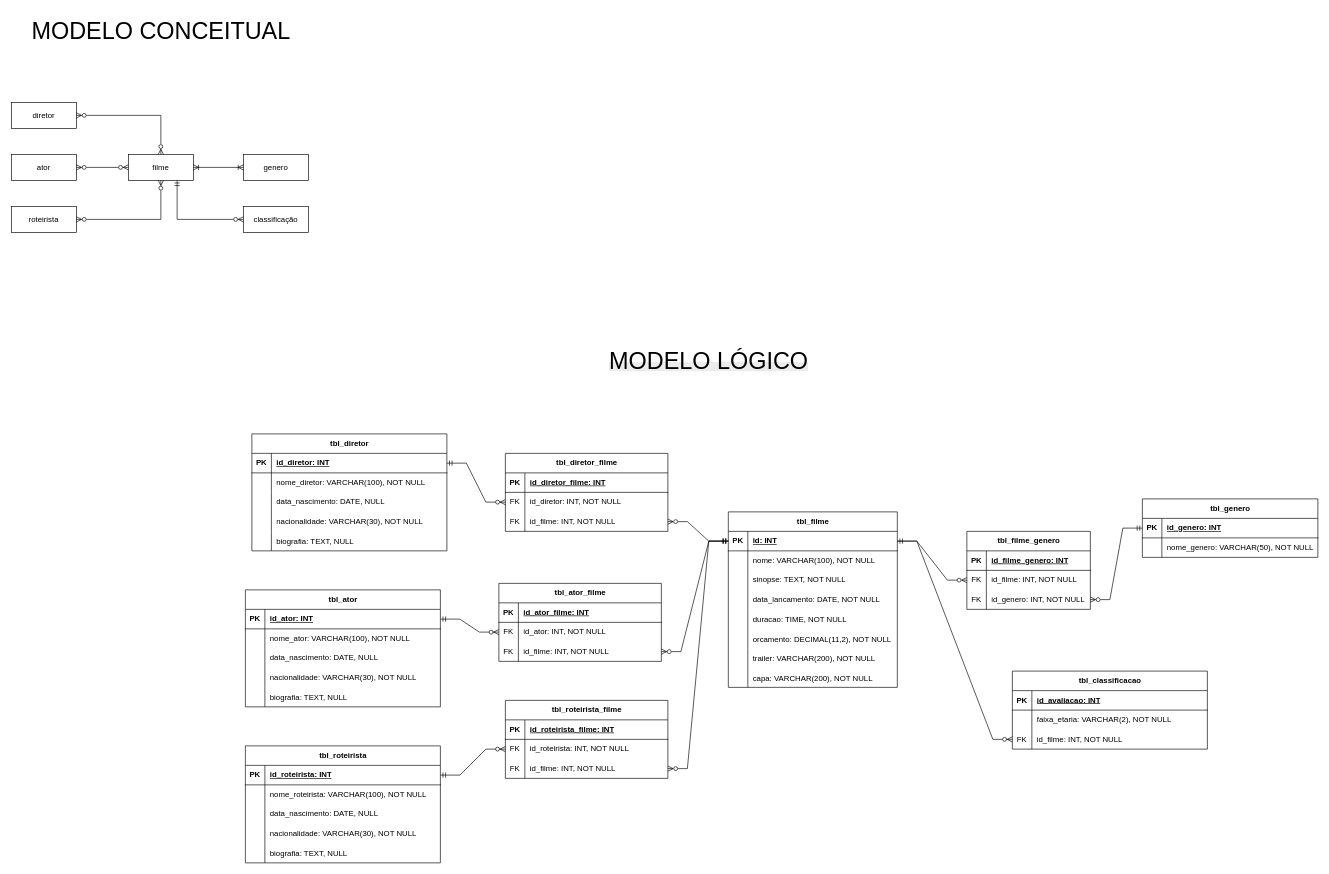
Above: database/modelagem-db-locadora.drawio in marcelo23vds/api-locadora (draw.io), before the change. Source tidied: cells renumbered, new cells numbered last; positions are measured from the earlier drawing's top-left corner, leaving out a move shared by most shapes. Both pictures are drawn from the tidied source at 65%, with x=0, y=0 at pixel (11, 11).
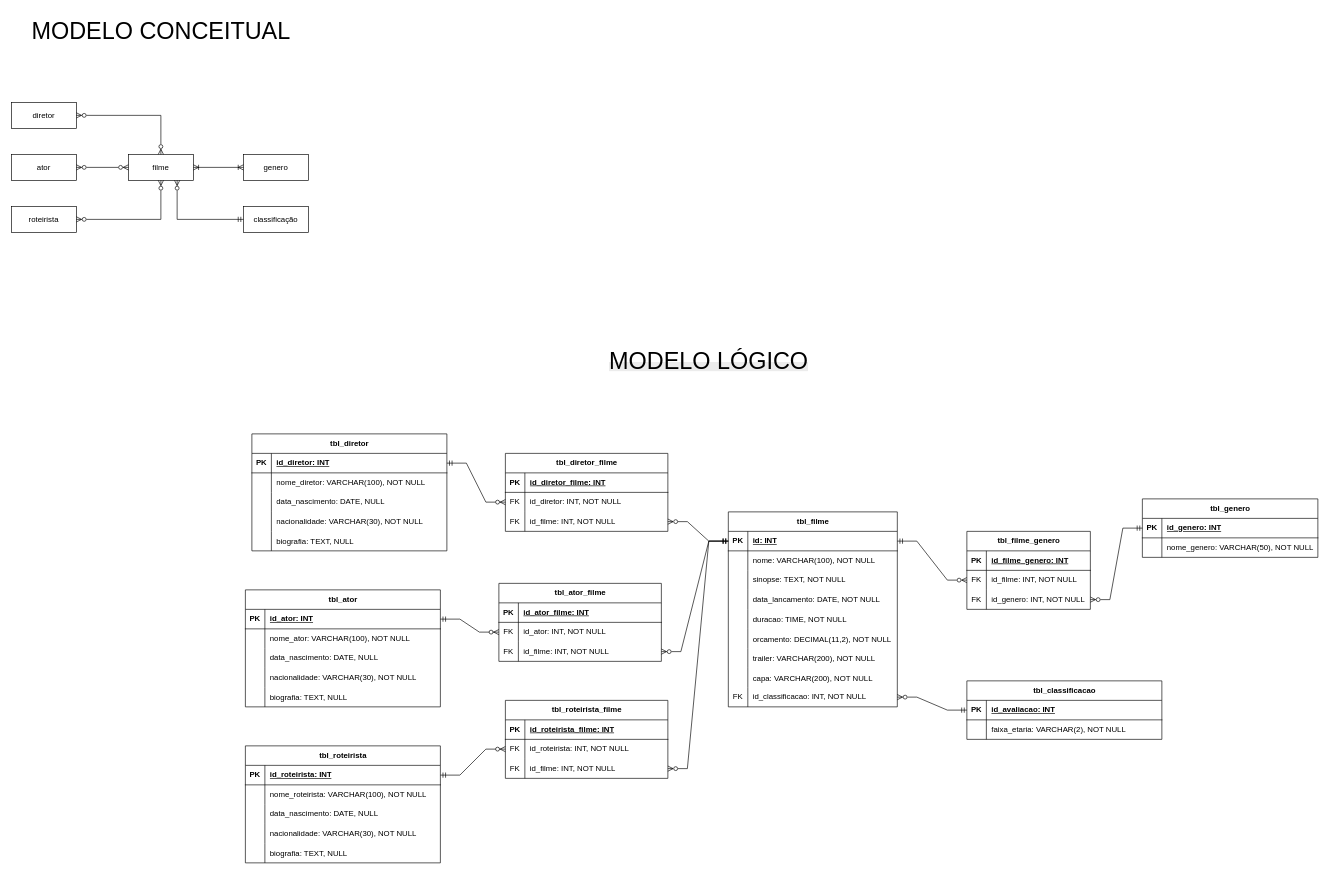
The same diagram, later.

Commit message (it also covers changes not shown here):
corrigindo banco de dados e tabela classificação funcionando OK com filme

The change refers to these unchanged cells:
```xml
<mxCell id="2" value="filme" style="whiteSpace=wrap;html=1;align=center;" parent="1" vertex="1">
  <mxGeometry x="180" y="220" width="100" height="40" as="geometry" />
</mxCell>
<mxCell id="5" value="classificação" style="whiteSpace=wrap;html=1;align=center;" parent="1" vertex="1">
  <mxGeometry x="357" y="300" width="100" height="40" as="geometry" />
</mxCell>
<mxCell id="11" style="shape=tableRow;horizontal=0;startSize=0;swimlaneHead=0;swimlaneBody=0;fillColor=none;points=[[0,0.5],[1,0.5]];portConstraint=eastwest;top=0;left=0;right=0;bottom=1;" parent="10" vertex="1">
  <mxGeometry y="30" width="260" height="30" as="geometry" />
</mxCell>
<mxCell id="60" style="shape=tableRow;horizontal=0;startSize=0;swimlaneHead=0;swimlaneBody=0;fillColor=none;points=[[0,0.5],[1,0.5]];portConstraint=eastwest;top=0;left=0;right=0;bottom=1;" parent="59" vertex="1">
  <mxGeometry y="30" width="300" height="30" as="geometry" />
</mxCell>
```

What changed in the source:
```diff
@@
-    <mxCell id="7" style="endArrow=ERzeroToMany;html=1;rounded=0;startArrow=ERmandOne;startFill=0;endFill=0;exitX=0.75;exitY=1;exitDx=0;exitDy=0;" parent="1" edge="1" source="2" target="5">
+    <mxCell id="7" style="endArrow=ERmandOne;html=1;rounded=0;startArrow=ERzeroToMany;startFill=0;endFill=0;exitX=0.75;exitY=1;exitDx=0;exitDy=0;" parent="1" edge="1" source="2" target="5">
       <mxGeometry relative="1" as="geometry">
         <Array as="points">
           <mxPoint x="255" y="320" />
         </Array>
       </mxGeometry>
     </mxCell>
@@
     <mxCell id="10" value="tbl_filme" style="shape=table;startSize=30;childLayout=tableLayout;rowLines=0;fontStyle=1;align=center;html=1;" parent="1" vertex="1">
-      <mxGeometry x="1103" y="770" width="260" height="270" as="geometry" />
+      <mxGeometry x="1103" y="770" width="260" height="300" as="geometry" />
     </mxCell>
@@
+    <mxCell id="154" style="shape=tableRow;horizontal=0;startSize=0;swimlaneHead=0;swimlaneBody=0;fillColor=none;points=[[0,0.5],[1,0.5]];portConstraint=eastwest;top=0;left=0;right=0;bottom=0;" parent="10" vertex="1">
+      <mxGeometry y="270" width="260" height="30" as="geometry" />
+    </mxCell>
+    <mxCell id="67" value="FK" style="shape=partialRectangle;fillColor=none;top=0;left=0;bottom=0;right=0;fontStyle=0;overflow=hidden;whiteSpace=wrap;html=1;" parent="154" vertex="1">
+      <mxGeometry width="30" height="30" as="geometry" />
+    </mxCell>
+    <mxCell id="155" value="id_classificacao: INT, NOT NULL" style="shape=partialRectangle;fillColor=none;top=0;left=0;bottom=0;right=0;align=left;spacingLeft=6;fontStyle=0;overflow=hidden;whiteSpace=wrap;html=1;" parent="154" vertex="1">
+      <mxGeometry x="30" width="230" height="30" as="geometry" />
+    </mxCell>
@@
     <mxCell id="59" value="tbl_classificacao" style="shape=table;startSize=30;childLayout=tableLayout;rowLines=0;fontStyle=1;align=center;html=1;" parent="1" vertex="1">
-      <mxGeometry x="1540" y="1015" width="300" height="120" as="geometry" />
+      <mxGeometry x="1470" y="1030" width="300" height="90" as="geometry" />
     </mxCell>
@@
-    <mxCell id="66" style="shape=tableRow;horizontal=0;startSize=0;swimlaneHead=0;swimlaneBody=0;fillColor=none;points=[[0,0.5],[1,0.5]];portConstraint=eastwest;top=0;left=0;right=0;bottom=0;" parent="59" vertex="1">
-      <mxGeometry y="90" width="300" height="30" as="geometry" />
-    </mxCell>
-    <mxCell id="67" value="FK" style="shape=partialRectangle;fillColor=none;top=0;left=0;bottom=0;right=0;fontStyle=0;overflow=hidden;whiteSpace=wrap;html=1;" parent="66" vertex="1">
-      <mxGeometry width="30" height="30" as="geometry" />
-    </mxCell>
-    <mxCell id="68" value="id_filme: INT, NOT NULL" style="shape=partialRectangle;fillColor=none;top=0;left=0;bottom=0;right=0;align=left;spacingLeft=6;fontStyle=0;overflow=hidden;whiteSpace=wrap;html=1;" parent="66" vertex="1">
-      <mxGeometry x="30" width="270" height="30" as="geometry" />
-    </mxCell>
@@
-    <mxCell id="119" style="edgeStyle=entityRelationEdgeStyle;fontSize=12;html=1;endArrow=ERzeroToMany;endFill=1;rounded=0;" parent="1" edge="1" source="11" target="66">
+    <mxCell id="119" style="edgeStyle=entityRelationEdgeStyle;fontSize=12;html=1;endArrow=ERmandOne;endFill=0;rounded=0;startArrow=ERzeroToMany;startFill=0;" parent="1" edge="1" source="154" target="60">
       <mxGeometry relative="1" as="geometry" />
     </mxCell>
@@
+    <mxCell id="156" style="shape=tableRow;horizontal=0;startSize=0;swimlaneHead=0;swimlaneBody=0;fillColor=none;top=0;left=0;right=0;bottom=0;" parent="1" vertex="1">
+      <mxGeometry x="1230" y="1120" width="250" height="30" as="geometry" />
+    </mxCell>
```
